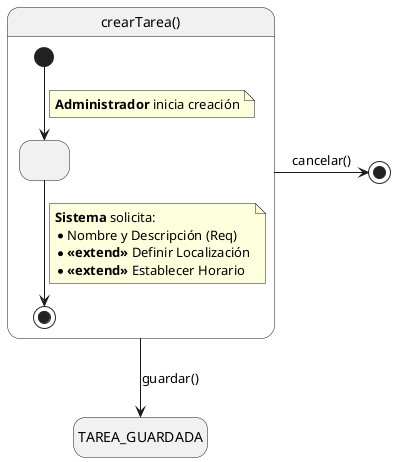
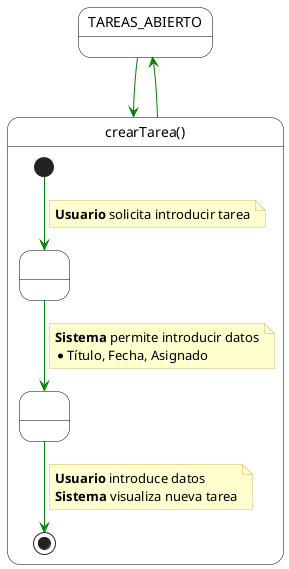
- @startuml CrearTarea
- hide empty description
+ @startuml crearTarea
+ skinparam state {
+     BackgroundColor White
+     BorderColor Black
+     ArrowColor #008000
+ }
+ skinparam note {
+     BackgroundColor #FEFECE
+     BorderColor #D7B75F
+ }

- state "crearTarea()" as MainBlock {
-     [*] --> Formulario
+ state TAREAS_ABIERTO
+ 
+ state "crearTarea()" as crearTarea {
+     state " " as Inicio <<start>>
+     state " " as Formulario
+     state " " as Procesando
+     state " " as Fin <<end>>
+ 
+     Inicio --> Formulario
    note on link
-         **Administrador** inicia creación
+         <b>Usuario</b> solicita introducir tarea
    end note

-     state Formulario as " "
-     Formulario --> [*]
+     Formulario --> Procesando
    note on link
-         **Sistema** solicita:
-         * Nombre y Descripción (Req)
-         * **«extend»** Definir Localización
-         * **«extend»** Establecer Horario
+         <b>Sistema</b> permite introducir datos
+         * Título, Fecha, Asignado
+     end note
+ 
+     Procesando --> Fin
+     note on link
+         <b>Usuario</b> introduce datos
+         <b>Sistema</b> visualiza nueva tarea
    end note
}

- state TAREA_GUARDADA
- MainBlock -down-> TAREA_GUARDADA : guardar()
- MainBlock -right-> [*] : cancelar()
+ TAREAS_ABIERTO --> crearTarea
+ crearTarea --> TAREAS_ABIERTO
@enduml